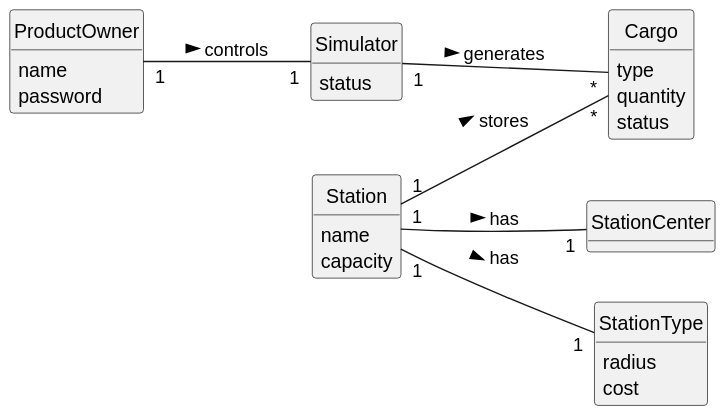
This is Sprint2/US012/02.analysis/svg/US012-DM.svg from 1240935/pi2-railway-simulator, a PlantUML export, as it was before one commit.
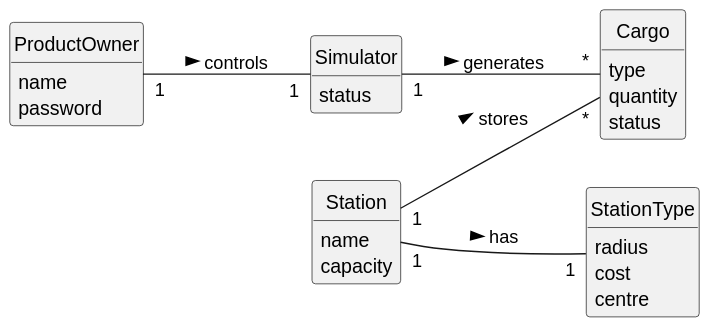
Above is the later version.

Change to the diagram source:
```diff
@@ -18,12 +18,10 @@
     capacity
 }
 
-class StationCenter{
-}
-
 class StationType{
     radius
     cost
+    centre
 }
 
 class Cargo {
@@ -41,6 +39,5 @@
 Simulator "1" -- "*" Cargo: generates >
 
 Station "1" -- "1" StationType: has >
-Station "1" -- "1" StationCenter: has >
 Station "1" -- "*" Cargo : stores >
 @enduml
```
